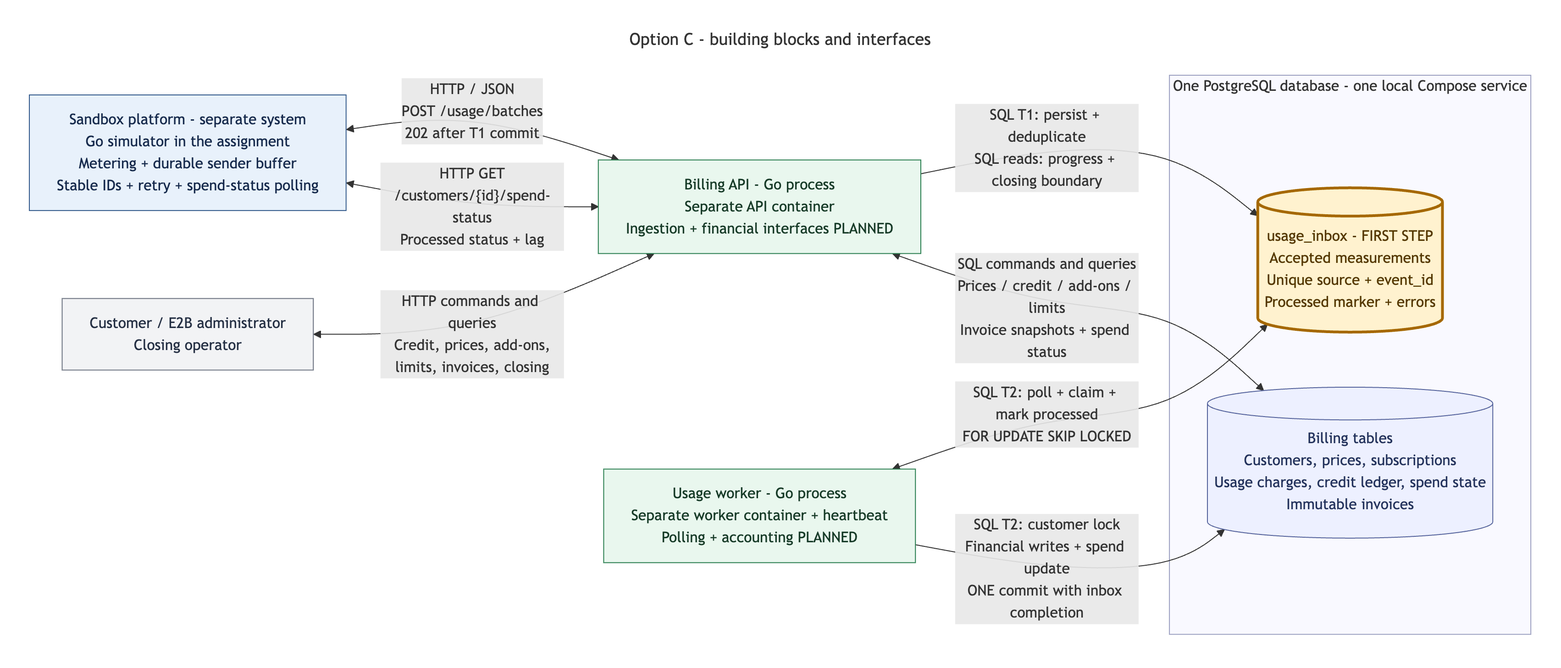
Earlier version of the Mermaid export docs/diagrams/option-c-components/option-c-components.png (pupitooo/e2b-billing-api). Its source is kept beside it as docs/diagrams/option-c-components/option-c-components.mmd.
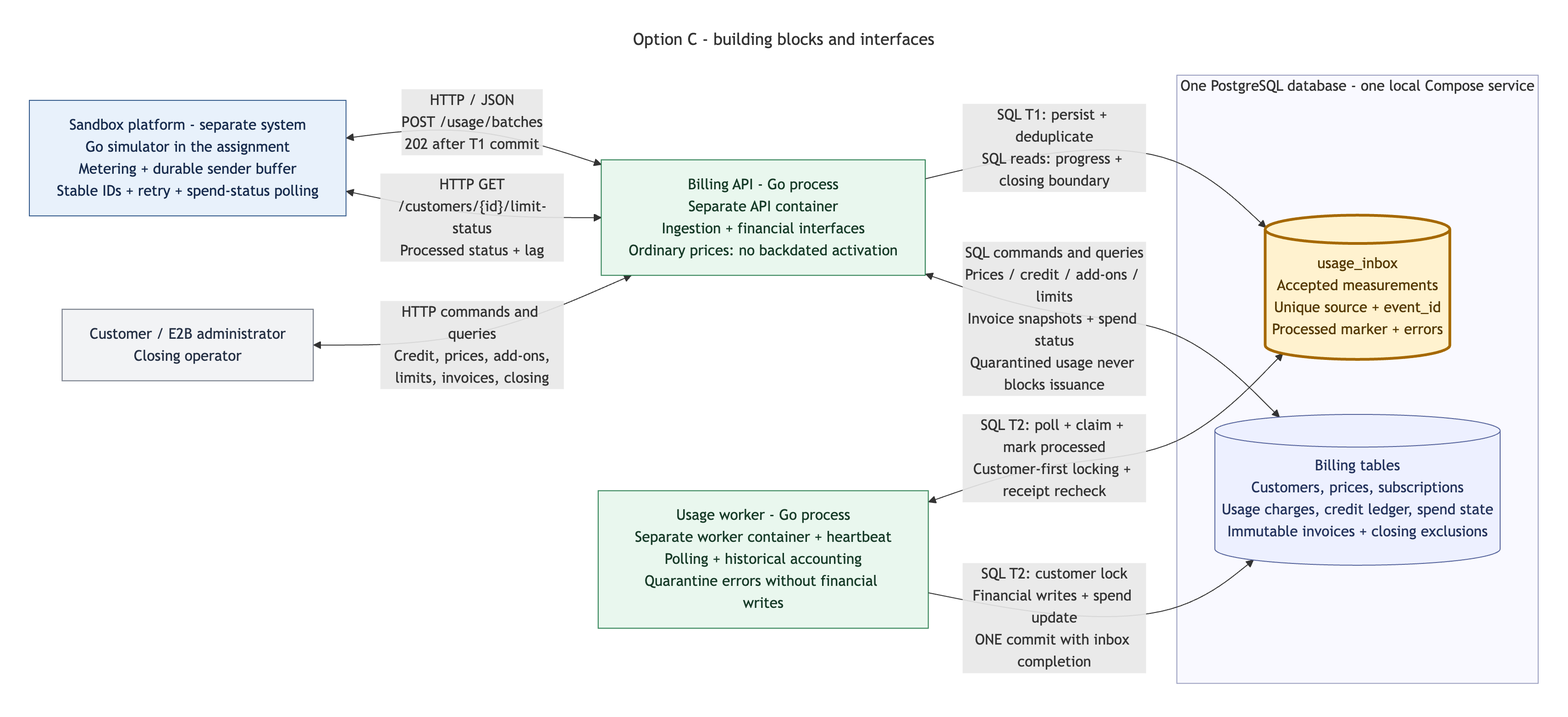
After the commit.

Change to the diagram source:
```diff
@@ -10,22 +10,22 @@
 flowchart LR
     platform["Sandbox platform - separate system<br/>Go simulator in the assignment<br/>Metering + durable sender buffer<br/>Stable IDs + retry + spend-status polling"]
     callers["Customer / E2B administrator<br/>Closing operator"]
-    api["Billing API - Go process<br/>Separate API container<br/>Ingestion + financial interfaces PLANNED"]
-    worker["Usage worker - Go process<br/>Separate worker container + heartbeat<br/>Polling + accounting PLANNED"]
+    api["Billing API - Go process<br/>Separate API container<br/>Ingestion + financial interfaces<br/>Ordinary prices: no backdated activation"]
+    worker["Usage worker - Go process<br/>Separate worker container + heartbeat<br/>Polling + historical accounting<br/>Quarantine errors without financial writes"]
 
     subgraph database["One PostgreSQL database - one local Compose service"]
-        inbox[("usage_inbox - FIRST STEP<br/>Accepted measurements<br/>Unique source + event_id<br/>Processed marker + errors")]
-        accounting[("Billing tables<br/>Customers, prices, subscriptions<br/>Usage charges, credit ledger, spend state<br/>Immutable invoices")]
+        inbox[("usage_inbox<br/>Accepted measurements<br/>Unique source + event_id<br/>Processed marker + errors")]
+        accounting[("Billing tables<br/>Customers, prices, subscriptions<br/>Usage charges, credit ledger, spend state<br/>Immutable invoices + closing exclusions")]
     end
 
     platform <-->|"HTTP / JSON<br/>POST /usage/batches<br/>202 after T1 commit"| api
-    platform <-->|"HTTP GET<br/>/customers/{id}/spend-status<br/>Processed status + lag"| api
+    platform <-->|"HTTP GET<br/>/customers/{id}/limit-status<br/>Processed status + lag"| api
     callers <-->|"HTTP commands and queries<br/>Credit, prices, add-ons,<br/>limits, invoices, closing"| api
 
     api -->|"SQL T1: persist + deduplicate<br/>SQL reads: progress + closing boundary"| inbox
-    worker <-->|"SQL T2: poll + claim + mark processed<br/>FOR UPDATE SKIP LOCKED"| inbox
+    worker <-->|"SQL T2: poll + claim + mark processed<br/>Customer-first locking + receipt recheck"| inbox
     worker -->|"SQL T2: customer lock<br/>Financial writes + spend update<br/>ONE commit with inbox completion"| accounting
-    api <-->|"SQL commands and queries<br/>Prices / credit / add-ons / limits<br/>Invoice snapshots + spend status"| accounting
+    api <-->|"SQL commands and queries<br/>Prices / credit / add-ons / limits<br/>Invoice snapshots + spend status<br/>Quarantined usage never blocks issuance"| accounting
 
     classDef platformNode fill:#e8f1fb,stroke:#31588a,color:#172b4d;
     classDef goModule fill:#e9f7ee,stroke:#287d4e,color:#173b28;
```
